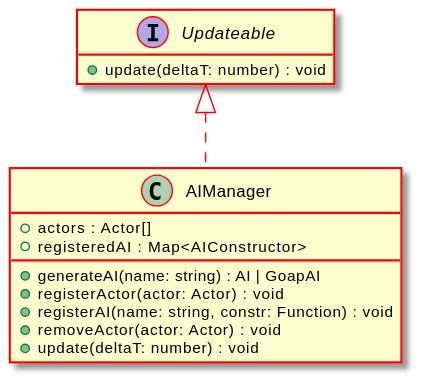
Earlier version of the PlantUML export docs/api/assets/AIManager-umlClassDiagram-2.svg (Test123938/Test2).
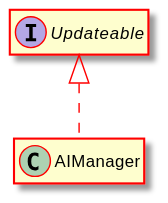
Above is the later version.

What changed in the source:
```diff
@@ -5,16 +5,8 @@
 hide empty methods
 hide empty fields
 class "AIManager" {
-    +actors : Actor[]
-    +registeredAI : Map<AIConstructor>
-    +generateAI(name: string) : AI | GoapAI
-    +registerActor(actor: Actor) : void
-    +registerAI(name: string, constr: Function) : void
-    +removeActor(actor: Actor) : void
-    +update(deltaT: number) : void
 }
 interface "Updateable" {
-    +update(deltaT: number) : void
 }
 "Updateable" <|.. "AIManager"
 @enduml
```
